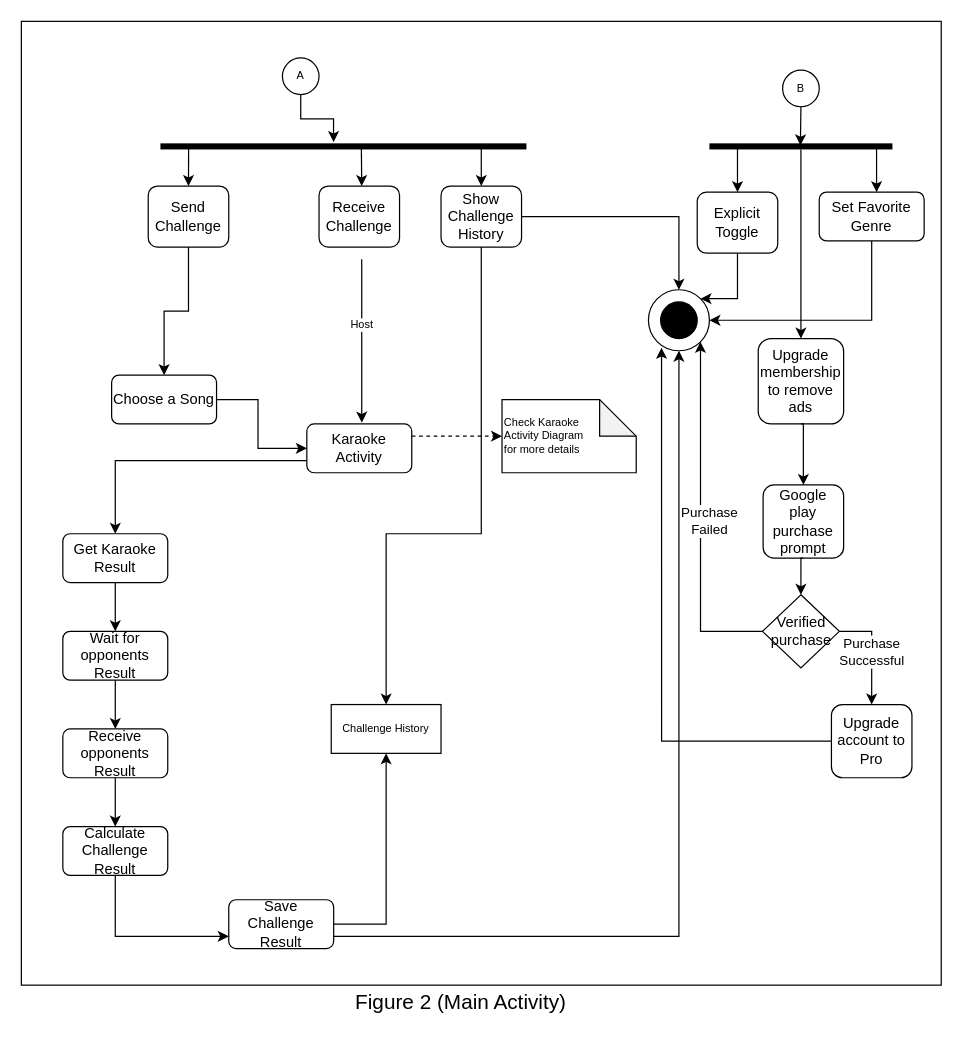
This is page "Page-2" (2 of 3) of System Analysis/PocketKaraoke Activity Diagram.drawio from AwsafChowdhury/PocketKaraoke, a draw.io file, before an edit. Source tidied: cells renumbered, new cells numbered last; positions are measured from the earlier drawing's top-left corner, leaving out a move shared by most shapes. Both pictures are drawn from the tidied source at 122%, with x=0, y=0 at pixel (21, 21).
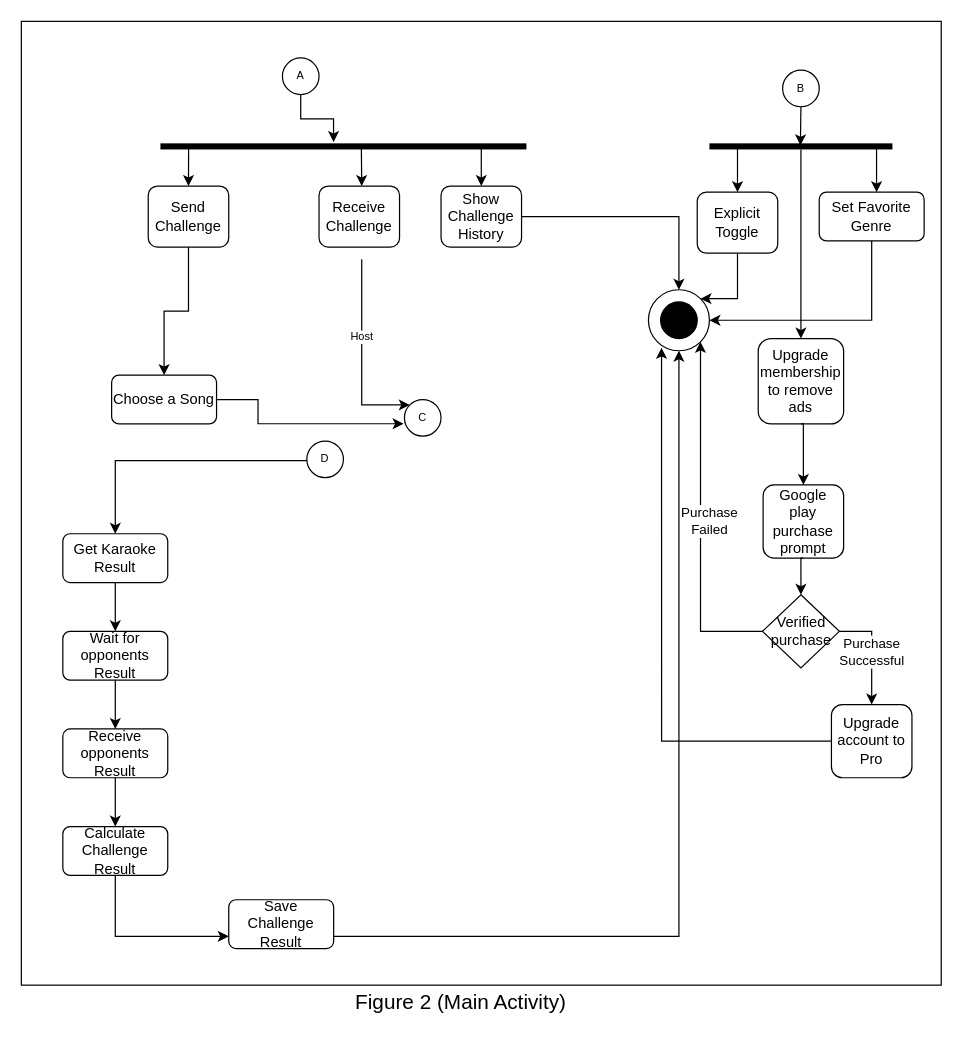
The same diagram, later.

Unchanged cells that the change refers to:
```xml
<mxCell id="22" value="Show Challenge History" style="rounded=1;whiteSpace=wrap;html=1;fillColor=none;" parent="1" vertex="1">
  <mxGeometry x="344" y="135" width="66" height="50" as="geometry" />
</mxCell>
<mxCell id="24" value="Choose a Song" style="rounded=1;whiteSpace=wrap;html=1;fillColor=none;" parent="1" vertex="1">
  <mxGeometry x="74" y="290" width="86" height="40" as="geometry" />
</mxCell>
<mxCell id="31" value="Get Karaoke Result" style="rounded=1;whiteSpace=wrap;html=1;fillColor=none;" parent="1" vertex="1">
  <mxGeometry x="34" y="420" width="86" height="40" as="geometry" />
</mxCell>
<mxCell id="45" value="Save Challenge Result" style="rounded=1;whiteSpace=wrap;html=1;fillColor=none;" parent="1" vertex="1">
  <mxGeometry x="170" y="720" width="86" height="40" as="geometry" />
</mxCell>
```

What changed in the source:
```diff
@@
-    <mxCell id="21" style="edgeStyle=orthogonalEdgeStyle;rounded=0;jettySize=auto;html=1;exitX=0.5;exitY=1;exitDx=0;exitDy=0;entryX=0.5;entryY=0;entryDx=0;entryDy=0;fontSize=9;strokeWidth=1;" parent="1" edge="1" source="22" target="42">
-      <mxGeometry relative="1" as="geometry">
-        <Array as="points">
-          <mxPoint x="377" y="420" />
-          <mxPoint x="299" y="420" />
-        </Array>
-      </mxGeometry>
-    </mxCell>
@@
-    <mxCell id="23" style="edgeStyle=orthogonalEdgeStyle;rounded=0;jettySize=auto;html=1;exitX=1;exitY=0.5;exitDx=0;exitDy=0;entryX=0;entryY=0.5;entryDx=0;entryDy=0;fontSize=9;strokeWidth=1;" parent="1" edge="1" source="24" target="29">
+    <mxCell id="23" style="edgeStyle=orthogonalEdgeStyle;rounded=0;jettySize=auto;html=1;exitX=1;exitY=0.5;exitDx=0;exitDy=0;entryX=-0.023;entryY=0.661;entryDx=0;entryDy=0;fontSize=9;strokeWidth=1;entryPerimeter=0;" parent="1" edge="1" source="24" target="57">
       <mxGeometry relative="1" as="geometry">
         <Array as="points">
           <mxPoint x="194" y="310" />
-          <mxPoint x="194" y="350" />
+          <mxPoint x="194" y="330" />
+          <mxPoint x="313" y="330" />
         </Array>
       </mxGeometry>
     </mxCell>
@@
-    <mxCell id="25" style="edgeStyle=orthogonalEdgeStyle;rounded=0;jettySize=auto;html=1;exitX=0.5;exitY=1;exitDx=0;exitDy=0;entryX=0.524;entryY=-0.027;entryDx=0;entryDy=0;fontSize=9;strokeWidth=1;entryPerimeter=0;" parent="1" edge="1" target="29">
+    <mxCell id="25" style="edgeStyle=orthogonalEdgeStyle;rounded=0;jettySize=auto;html=1;exitX=0.5;exitY=1;exitDx=0;exitDy=0;entryX=0;entryY=0;entryDx=0;entryDy=0;fontSize=9;strokeWidth=1;" parent="1" edge="1" target="57">
       <mxGeometry relative="1" as="geometry">
         <mxPoint x="279" y="195" as="sourcePoint" />
         <Array as="points">
-          <mxPoint x="279" y="320" />
-          <mxPoint x="279" y="320" />
+          <mxPoint x="279" y="314" />
         </Array>
       </mxGeometry>
     </mxCell>
@@
-    <mxCell id="27" style="edgeStyle=orthogonalEdgeStyle;rounded=0;jettySize=auto;html=1;exitX=1;exitY=0.25;exitDx=0;exitDy=0;entryX=0;entryY=0.5;entryDx=0;entryDy=0;entryPerimeter=0;fontSize=9;strokeWidth=1;dashed=1;" parent="1" edge="1" source="29" target="32">
-      <mxGeometry relative="1" as="geometry" />
-    </mxCell>
-    <mxCell id="28" style="edgeStyle=orthogonalEdgeStyle;rounded=0;jettySize=auto;html=1;fontSize=9;strokeWidth=1;exitX=0;exitY=0.75;exitDx=0;exitDy=0;entryX=0.5;entryY=0;entryDx=0;entryDy=0;" parent="1" edge="1" source="29" target="31">
+    <mxCell id="28" style="edgeStyle=orthogonalEdgeStyle;rounded=0;jettySize=auto;html=1;fontSize=9;strokeWidth=1;exitX=0;exitY=0.75;exitDx=0;exitDy=0;entryX=0.5;entryY=0;entryDx=0;entryDy=0;" parent="1" edge="1" target="31">
       <mxGeometry relative="1" as="geometry">
+        <mxPoint x="234" y="360" as="sourcePoint" />
         <Array as="points">
           <mxPoint x="77" y="360" />
         </Array>
       </mxGeometry>
     </mxCell>
-    <mxCell id="29" value="Karaoke Activity" style="rounded=1;whiteSpace=wrap;html=1;fillColor=none;" parent="1" vertex="1">
-      <mxGeometry x="234" y="330" width="86" height="40" as="geometry" />
-    </mxCell>
@@
-    <mxCell id="32" value="&lt;div align=&quot;left&quot;&gt;Check Karaoke &lt;br&gt;&lt;/div&gt;&lt;div align=&quot;left&quot;&gt;Activity Diagram&lt;/div&gt;&lt;div align=&quot;left&quot;&gt;for more details&lt;/div&gt;" style="shape=note;whiteSpace=wrap;html=1;backgroundOutline=1;darkOpacity=0.05;fontSize=9;fillColor=none;align=left;" parent="1" vertex="1">
-      <mxGeometry x="394" y="310" width="110" height="60" as="geometry" />
-    </mxCell>
@@
-    <mxCell id="42" value="Challenge History" style="rounded=0;whiteSpace=wrap;html=1;fontSize=9;fillColor=none;" parent="1" vertex="1">
-      <mxGeometry x="254" y="560" width="90" height="40" as="geometry" />
-    </mxCell>
-    <mxCell id="43" style="edgeStyle=orthogonalEdgeStyle;rounded=0;jettySize=auto;html=1;exitX=1;exitY=0.5;exitDx=0;exitDy=0;entryX=0.5;entryY=1;entryDx=0;entryDy=0;fontSize=9;strokeWidth=1;" parent="1" edge="1" source="45" target="42">
-      <mxGeometry relative="1" as="geometry" />
-    </mxCell>
@@
+    <mxCell id="57" value="C" style="ellipse;whiteSpace=wrap;html=1;fontSize=9;fillColor=none;" parent="1" vertex="1">
+      <mxGeometry x="314" y="310" width="30" height="30" as="geometry" />
+    </mxCell>
+    <mxCell id="58" value="D" style="ellipse;whiteSpace=wrap;html=1;fontSize=9;fillColor=none;" parent="1" vertex="1">
+      <mxGeometry x="234" y="344" width="30" height="30" as="geometry" />
+    </mxCell>
```
